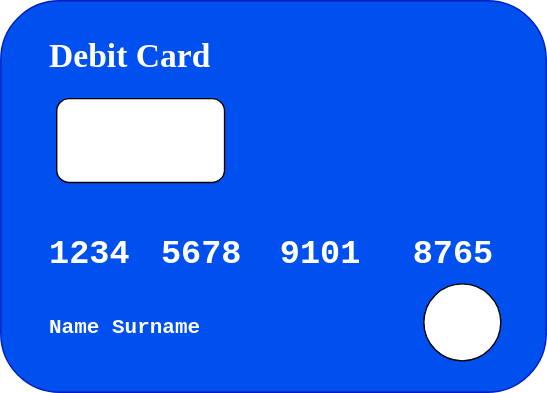
Above: Work Samples/WF/DebitCard.drawio.svg in uchiharizvi/design-diagrams (draw.io), before the change. Source tidied: cells renumbered, new cells last; positions are measured from the earlier drawing's top-left corner, leaving out a move shared by most shapes.
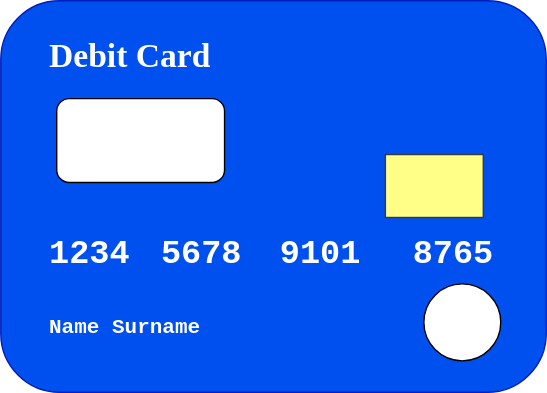
Later version of the same file.

What changed in the source:
```diff
@@ -29,5 +29,8 @@
     <mxCell id="10" style="ellipse;whiteSpace=wrap;html=1;" parent="1" vertex="1">
       <mxGeometry x="302.5" y="202.5" width="55" height="55" as="geometry" />
     </mxCell>
+    <mxCell id="11" style="rounded=0;whiteSpace=wrap;html=1;fillColor=#ffff88;strokeColor=#36393d;" parent="1" vertex="1">
+      <mxGeometry x="275" y="110" width="70" height="45" as="geometry" />
+    </mxCell>
   </root>
 </mxGraphModel>
```
